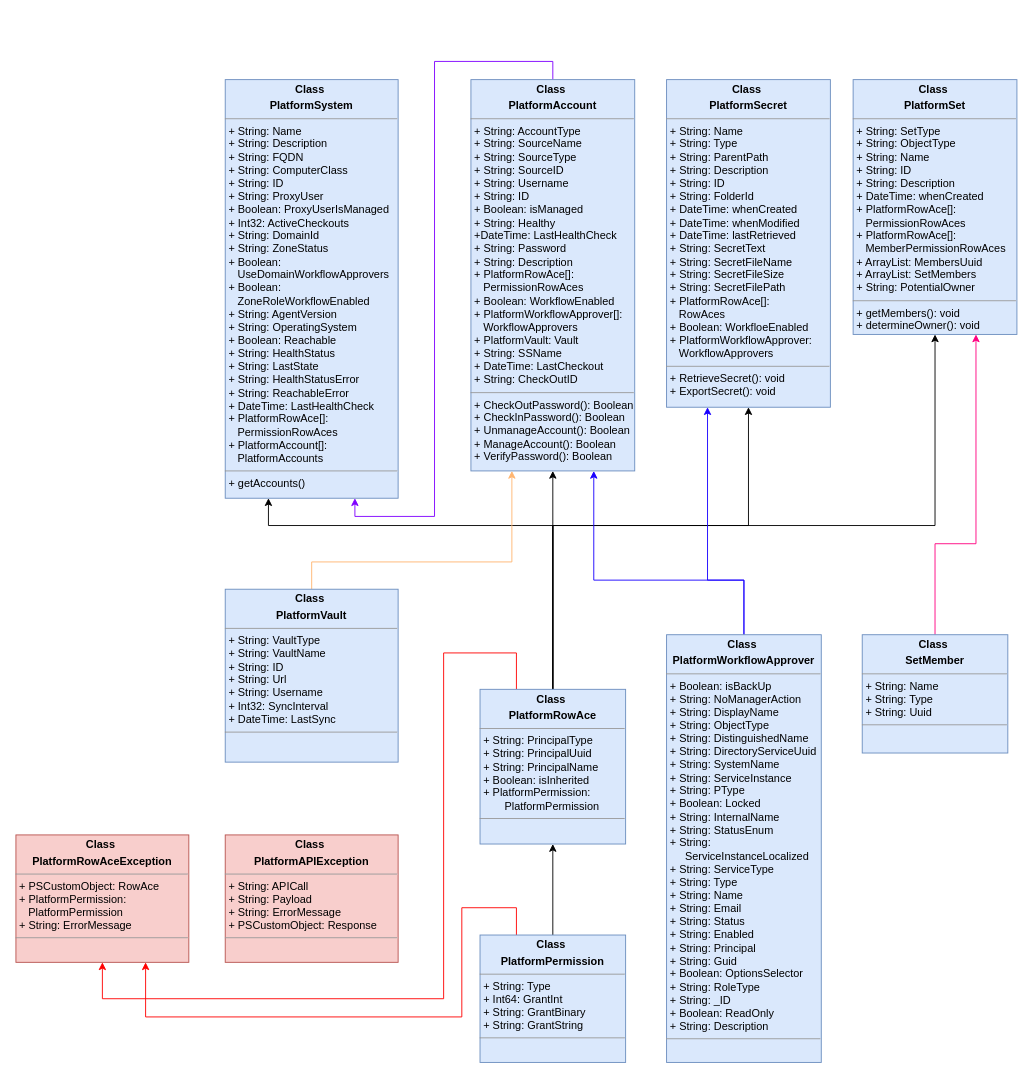
Before: umldiagram.drawio in dnlrv/PlatformPlus, a draw.io diagram. Source tidied: cells renumbered, new cells numbered last; positions are measured from the earlier drawing's top-left corner, leaving out a move shared by most shapes. Both pictures are drawn from the tidied source at 91%, with x=0, y=0 at pixel (15, 61).
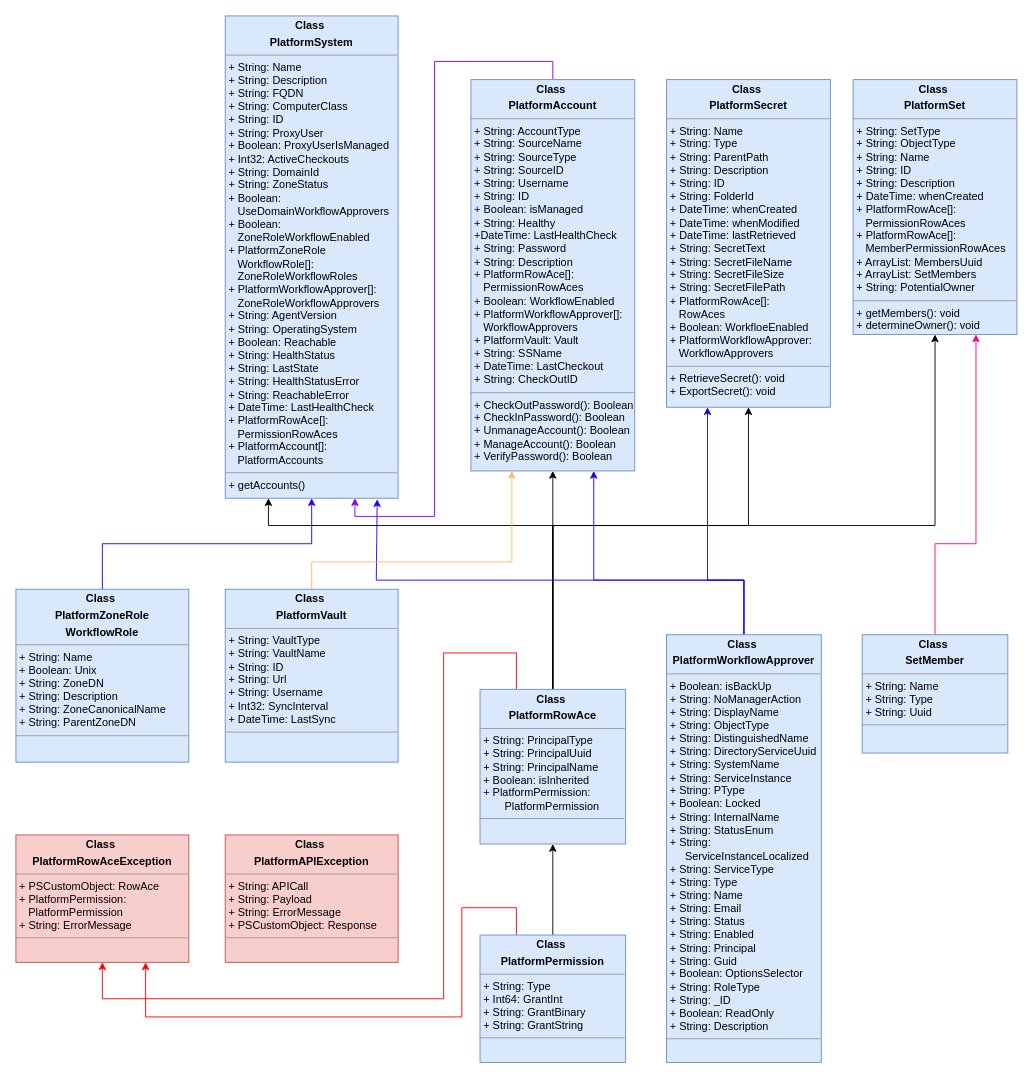
The same page after the edit.

Commit message (it also covers changes not shown here):
Added PlatformZoneRoleWorkflowRole class extended PlatformSystem class

The change refers to these unchanged cells:
```xml
<mxCell id="13" value="&lt;p style=&quot;margin: 0px ; margin-top: 4px ; text-align: center&quot;&gt;&lt;b&gt;Class&amp;nbsp;&lt;/b&gt;&lt;/p&gt;&lt;p style=&quot;margin: 0px ; margin-top: 4px ; text-align: center&quot;&gt;&lt;b&gt;PlatformWorkflowApprover&lt;/b&gt;&lt;/p&gt;&lt;hr size=&quot;1&quot;&gt;&lt;p style=&quot;margin: 0px ; margin-left: 4px&quot;&gt;+ Boolean: isBackUp&lt;br&gt;&lt;/p&gt;&lt;p style=&quot;margin: 0px ; margin-left: 4px&quot;&gt;+ String: NoManagerAction&lt;/p&gt;&lt;p style=&quot;margin: 0px ; margin-left: 4px&quot;&gt;+ String: DisplayName&lt;/p&gt;&lt;p style=&quot;margin: 0px ; margin-left: 4px&quot;&gt;+ String: ObjectType&lt;/p&gt;&lt;p style=&quot;margin: 0px ; margin-left: 4px&quot;&gt;+ String: DistinguishedName&lt;/p&gt;&lt;p style=&quot;margin: 0px ; margin-left: 4px&quot;&gt;+ String: DirectoryServiceUuid&lt;/p&gt;&lt;p style=&quot;margin: 0px ; margin-left: 4px&quot;&gt;+ String: SystemName&lt;/p&gt;&lt;p style=&quot;margin: 0px ; margin-left: 4px&quot;&gt;+ String: ServiceInstance&lt;/p&gt;&lt;p style=&quot;margin: 0px ; margin-left: 4px&quot;&gt;+ String: PType&lt;/p&gt;&lt;p style=&quot;margin: 0px ; margin-left: 4px&quot;&gt;+ Boolean: Locked&lt;/p&gt;&lt;p style=&quot;margin: 0px ; margin-left: 4px&quot;&gt;+ String: InternalName&lt;/p&gt;&lt;p style=&quot;margin: 0px ; margin-left: 4px&quot;&gt;+ String: StatusEnum&lt;/p&gt;&lt;p style=&quot;margin: 0px ; margin-left: 4px&quot;&gt;+ String:&amp;nbsp;&lt;/p&gt;&lt;p style=&quot;margin: 0px ; margin-left: 4px&quot;&gt;&amp;nbsp; &amp;nbsp; &amp;nbsp;ServiceInstanceLocalized&lt;/p&gt;&lt;p style=&quot;margin: 0px ; margin-left: 4px&quot;&gt;+ String: ServiceType&lt;/p&gt;&lt;p style=&quot;margin: 0px ; margin-left: 4px&quot;&gt;+ String: Type&lt;/p&gt;&lt;p style=&quot;margin: 0px ; margin-left: 4px&quot;&gt;+ String: Name&lt;/p&gt;&lt;p style=&quot;margin: 0px ; margin-left: 4px&quot;&gt;+ String: Email&lt;/p&gt;&lt;p style=&quot;margin: 0px ; margin-left: 4px&quot;&gt;+ String: Status&lt;/p&gt;&lt;p style=&quot;margin: 0px ; margin-left: 4px&quot;&gt;+ String: Enabled&lt;/p&gt;&lt;p style=&quot;margin: 0px ; margin-left: 4px&quot;&gt;+ String: Principal&lt;/p&gt;&lt;p style=&quot;margin: 0px ; margin-left: 4px&quot;&gt;+ String: Guid&lt;/p&gt;&lt;p style=&quot;margin: 0px ; margin-left: 4px&quot;&gt;+ Boolean: OptionsSelector&lt;/p&gt;&lt;p style=&quot;margin: 0px ; margin-left: 4px&quot;&gt;+ String: RoleType&lt;/p&gt;&lt;p style=&quot;margin: 0px ; margin-left: 4px&quot;&gt;+ String: _ID&lt;/p&gt;&lt;p style=&quot;margin: 0px ; margin-left: 4px&quot;&gt;+ Boolean: ReadOnly&lt;/p&gt;&lt;p style=&quot;margin: 0px ; margin-left: 4px&quot;&gt;+ String: Description&lt;/p&gt;&lt;hr size=&quot;1&quot;&gt;&lt;p style=&quot;margin: 0px ; margin-left: 4px&quot;&gt;&lt;br&gt;&lt;/p&gt;" style="verticalAlign=top;align=left;overflow=fill;fontSize=12;fontFamily=Helvetica;html=1;fillColor=#dae8fc;strokeColor=#6c8ebf;" parent="1" vertex="1">
  <mxGeometry x="715" y="630" width="170" height="470" as="geometry" />
</mxCell>
```

Diff of the diagram source:
```diff
@@
+    <mxCell id="25" style="edgeStyle=orthogonalEdgeStyle;rounded=0;jettySize=auto;html=1;entryX=0.879;entryY=1.002;entryDx=0;entryDy=0;entryPerimeter=0;strokeColor=#1900FF;" parent="1" edge="1" source="13" target="22">
+      <mxGeometry relative="1" as="geometry">
+        <Array as="points">
+          <mxPoint x="800" y="570" />
+          <mxPoint x="396" y="570" />
+        </Array>
+      </mxGeometry>
+    </mxCell>
@@
-    <mxCell id="22" value="&lt;p style=&quot;margin: 0px ; margin-top: 4px ; text-align: center&quot;&gt;&lt;b&gt;Class&amp;nbsp;&lt;/b&gt;&lt;/p&gt;&lt;p style=&quot;margin: 0px ; margin-top: 4px ; text-align: center&quot;&gt;&lt;b&gt;PlatformSystem&lt;/b&gt;&lt;/p&gt;&lt;hr size=&quot;1&quot;&gt;&lt;p style=&quot;margin: 0px ; margin-left: 4px&quot;&gt;+ String: Name&lt;br&gt;&lt;/p&gt;&lt;p style=&quot;margin: 0px ; margin-left: 4px&quot;&gt;+ String: Description&lt;/p&gt;&lt;p style=&quot;margin: 0px ; margin-left: 4px&quot;&gt;+ String: FQDN&lt;/p&gt;&lt;p style=&quot;margin: 0px ; margin-left: 4px&quot;&gt;+ String: ComputerClass&lt;/p&gt;&lt;p style=&quot;margin: 0px ; margin-left: 4px&quot;&gt;+ String: ID&lt;/p&gt;&lt;p style=&quot;margin: 0px ; margin-left: 4px&quot;&gt;+ String: ProxyUser&lt;/p&gt;&lt;p style=&quot;margin: 0px ; margin-left: 4px&quot;&gt;+ Boolean: ProxyUserIsManaged&lt;/p&gt;&lt;p style=&quot;margin: 0px ; margin-left: 4px&quot;&gt;+ Int32: ActiveCheckouts&lt;/p&gt;&lt;p style=&quot;margin: 0px ; margin-left: 4px&quot;&gt;+ String: DomainId&lt;/p&gt;&lt;p style=&quot;margin: 0px ; margin-left: 4px&quot;&gt;+ String: ZoneStatus&lt;/p&gt;&lt;p style=&quot;margin: 0px ; margin-left: 4px&quot;&gt;+ Boolean:&amp;nbsp;&lt;/p&gt;&lt;p style=&quot;margin: 0px ; margin-left: 4px&quot;&gt;&amp;nbsp; &amp;nbsp;UseDomainWorkflowApprovers&lt;/p&gt;&lt;p style=&quot;margin: 0px ; margin-left: 4px&quot;&gt;+ Boolean:&lt;/p&gt;&lt;p style=&quot;margin: 0px ; margin-left: 4px&quot;&gt;&amp;nbsp; &amp;nbsp;ZoneRoleWorkflowEnabled&lt;/p&gt;&lt;p style=&quot;margin: 0px ; margin-left: 4px&quot;&gt;+ String: AgentVersion&lt;/p&gt;&lt;p style=&quot;margin: 0px ; margin-left: 4px&quot;&gt;+ String: OperatingSystem&lt;/p&gt;&lt;p style=&quot;margin: 0px ; margin-left: 4px&quot;&gt;+ Boolean: Reachable&lt;/p&gt;&lt;p style=&quot;margin: 0px ; margin-left: 4px&quot;&gt;+ String: HealthStatus&lt;/p&gt;&lt;p style=&quot;margin: 0px ; margin-left: 4px&quot;&gt;+ String: LastState&lt;/p&gt;&lt;p style=&quot;margin: 0px ; margin-left: 4px&quot;&gt;+ String: HealthStatusError&lt;/p&gt;&lt;p style=&quot;margin: 0px ; margin-left: 4px&quot;&gt;+ String: ReachableError&lt;/p&gt;&lt;p style=&quot;margin: 0px ; margin-left: 4px&quot;&gt;+ DateTime: LastHealthCheck&lt;/p&gt;&lt;p style=&quot;margin: 0px ; margin-left: 4px&quot;&gt;+ PlatformRowAce[]:&amp;nbsp;&lt;/p&gt;&lt;p style=&quot;margin: 0px ; margin-left: 4px&quot;&gt;&amp;nbsp; &amp;nbsp;PermissionRowAces&lt;/p&gt;&lt;p style=&quot;margin: 0px ; margin-left: 4px&quot;&gt;+ PlatformAccount[]:&lt;/p&gt;&lt;p style=&quot;margin: 0px ; margin-left: 4px&quot;&gt;&amp;nbsp; &amp;nbsp;PlatformAccounts&lt;/p&gt;&lt;hr size=&quot;1&quot;&gt;&lt;p style=&quot;margin: 0px ; margin-left: 4px&quot;&gt;+ getAccounts()&lt;/p&gt;" style="verticalAlign=top;align=left;overflow=fill;fontSize=12;fontFamily=Helvetica;html=1;fillColor=#dae8fc;strokeColor=#6c8ebf;" parent="1" vertex="1">
-      <mxGeometry x="230" y="20" width="190" height="460" as="geometry" />
+    <mxCell id="22" value="&lt;p style=&quot;margin: 0px ; margin-top: 4px ; text-align: center&quot;&gt;&lt;b&gt;Class&amp;nbsp;&lt;/b&gt;&lt;/p&gt;&lt;p style=&quot;margin: 0px ; margin-top: 4px ; text-align: center&quot;&gt;&lt;b&gt;PlatformSystem&lt;/b&gt;&lt;/p&gt;&lt;hr size=&quot;1&quot;&gt;&lt;p style=&quot;margin: 0px ; margin-left: 4px&quot;&gt;+ String: Name&lt;br&gt;&lt;/p&gt;&lt;p style=&quot;margin: 0px ; margin-left: 4px&quot;&gt;+ String: Description&lt;/p&gt;&lt;p style=&quot;margin: 0px ; margin-left: 4px&quot;&gt;+ String: FQDN&lt;/p&gt;&lt;p style=&quot;margin: 0px ; margin-left: 4px&quot;&gt;+ String: ComputerClass&lt;/p&gt;&lt;p style=&quot;margin: 0px ; margin-left: 4px&quot;&gt;+ String: ID&lt;/p&gt;&lt;p style=&quot;margin: 0px ; margin-left: 4px&quot;&gt;+ String: ProxyUser&lt;/p&gt;&lt;p style=&quot;margin: 0px ; margin-left: 4px&quot;&gt;+ Boolean: ProxyUserIsManaged&lt;/p&gt;&lt;p style=&quot;margin: 0px ; margin-left: 4px&quot;&gt;+ Int32: ActiveCheckouts&lt;/p&gt;&lt;p style=&quot;margin: 0px ; margin-left: 4px&quot;&gt;+ String: DomainId&lt;/p&gt;&lt;p style=&quot;margin: 0px ; margin-left: 4px&quot;&gt;+ String: ZoneStatus&lt;/p&gt;&lt;p style=&quot;margin: 0px ; margin-left: 4px&quot;&gt;+ Boolean:&amp;nbsp;&lt;/p&gt;&lt;p style=&quot;margin: 0px ; margin-left: 4px&quot;&gt;&amp;nbsp; &amp;nbsp;UseDomainWorkflowApprovers&lt;/p&gt;&lt;p style=&quot;margin: 0px ; margin-left: 4px&quot;&gt;+ Boolean:&lt;/p&gt;&lt;p style=&quot;margin: 0px ; margin-left: 4px&quot;&gt;&amp;nbsp; &amp;nbsp;ZoneRoleWorkflowEnabled&lt;/p&gt;&lt;p style=&quot;margin: 0px ; margin-left: 4px&quot;&gt;+ PlatformZoneRole&lt;/p&gt;&lt;p style=&quot;margin: 0px ; margin-left: 4px&quot;&gt;&amp;nbsp; &amp;nbsp;WorkflowRole[]:&lt;/p&gt;&lt;p style=&quot;margin: 0px ; margin-left: 4px&quot;&gt;&amp;nbsp; &amp;nbsp;ZoneRoleWorkflowRoles&lt;/p&gt;&lt;p style=&quot;margin: 0px ; margin-left: 4px&quot;&gt;+ PlatformWorkflowApprover[]:&lt;/p&gt;&lt;p style=&quot;margin: 0px ; margin-left: 4px&quot;&gt;&amp;nbsp; &amp;nbsp;ZoneRoleWorkflowApprovers&lt;/p&gt;&lt;p style=&quot;margin: 0px ; margin-left: 4px&quot;&gt;+ String: AgentVersion&lt;/p&gt;&lt;p style=&quot;margin: 0px ; margin-left: 4px&quot;&gt;+ String: OperatingSystem&lt;/p&gt;&lt;p style=&quot;margin: 0px ; margin-left: 4px&quot;&gt;+ Boolean: Reachable&lt;/p&gt;&lt;p style=&quot;margin: 0px ; margin-left: 4px&quot;&gt;+ String: HealthStatus&lt;/p&gt;&lt;p style=&quot;margin: 0px ; margin-left: 4px&quot;&gt;+ String: LastState&lt;/p&gt;&lt;p style=&quot;margin: 0px ; margin-left: 4px&quot;&gt;+ String: HealthStatusError&lt;/p&gt;&lt;p style=&quot;margin: 0px ; margin-left: 4px&quot;&gt;+ String: ReachableError&lt;/p&gt;&lt;p style=&quot;margin: 0px ; margin-left: 4px&quot;&gt;+ DateTime: LastHealthCheck&lt;/p&gt;&lt;p style=&quot;margin: 0px ; margin-left: 4px&quot;&gt;+ PlatformRowAce[]:&amp;nbsp;&lt;/p&gt;&lt;p style=&quot;margin: 0px ; margin-left: 4px&quot;&gt;&amp;nbsp; &amp;nbsp;PermissionRowAces&lt;/p&gt;&lt;p style=&quot;margin: 0px ; margin-left: 4px&quot;&gt;+ PlatformAccount[]:&lt;/p&gt;&lt;p style=&quot;margin: 0px ; margin-left: 4px&quot;&gt;&amp;nbsp; &amp;nbsp;PlatformAccounts&lt;/p&gt;&lt;hr size=&quot;1&quot;&gt;&lt;p style=&quot;margin: 0px ; margin-left: 4px&quot;&gt;+ getAccounts()&lt;/p&gt;" style="verticalAlign=top;align=left;overflow=fill;fontSize=12;fontFamily=Helvetica;html=1;fillColor=#dae8fc;strokeColor=#6c8ebf;" parent="1" vertex="1">
+      <mxGeometry x="230" y="-50" width="190" height="530" as="geometry" />
     </mxCell>
@@
+    <mxCell id="26" style="edgeStyle=orthogonalEdgeStyle;rounded=0;jettySize=auto;html=1;entryX=0.5;entryY=1;entryDx=0;entryDy=0;strokeColor=#1900FF;" parent="1" edge="1" source="27" target="22">
+      <mxGeometry relative="1" as="geometry">
+        <Array as="points">
+          <mxPoint x="95" y="530" />
+          <mxPoint x="325" y="530" />
+        </Array>
+      </mxGeometry>
+    </mxCell>
+    <mxCell id="27" value="&lt;p style=&quot;margin: 0px ; margin-top: 4px ; text-align: center&quot;&gt;&lt;b&gt;Class&amp;nbsp;&lt;/b&gt;&lt;/p&gt;&lt;p style=&quot;margin: 0px ; margin-top: 4px ; text-align: center&quot;&gt;&lt;b&gt;PlatformZoneRole&lt;/b&gt;&lt;/p&gt;&lt;p style=&quot;margin: 0px ; margin-top: 4px ; text-align: center&quot;&gt;&lt;b&gt;WorkflowRole&lt;/b&gt;&lt;/p&gt;&lt;hr size=&quot;1&quot;&gt;&lt;p style=&quot;margin: 0px ; margin-left: 4px&quot;&gt;+ String: Name&lt;/p&gt;&lt;p style=&quot;margin: 0px ; margin-left: 4px&quot;&gt;+ Boolean: Unix&lt;/p&gt;&lt;p style=&quot;margin: 0px ; margin-left: 4px&quot;&gt;+ String: ZoneDN&lt;/p&gt;&lt;p style=&quot;margin: 0px ; margin-left: 4px&quot;&gt;+ String: Description&lt;/p&gt;&lt;p style=&quot;margin: 0px ; margin-left: 4px&quot;&gt;+ String: ZoneCanonicalName&lt;/p&gt;&lt;p style=&quot;margin: 0px ; margin-left: 4px&quot;&gt;+ String: ParentZoneDN&lt;/p&gt;&lt;hr size=&quot;1&quot;&gt;&lt;p style=&quot;margin: 0px ; margin-left: 4px&quot;&gt;&lt;br&gt;&lt;/p&gt;" style="verticalAlign=top;align=left;overflow=fill;fontSize=12;fontFamily=Helvetica;html=1;fillColor=#dae8fc;strokeColor=#6c8ebf;" parent="1" vertex="1">
+      <mxGeometry y="580" width="190" height="190" as="geometry" />
+    </mxCell>
```
